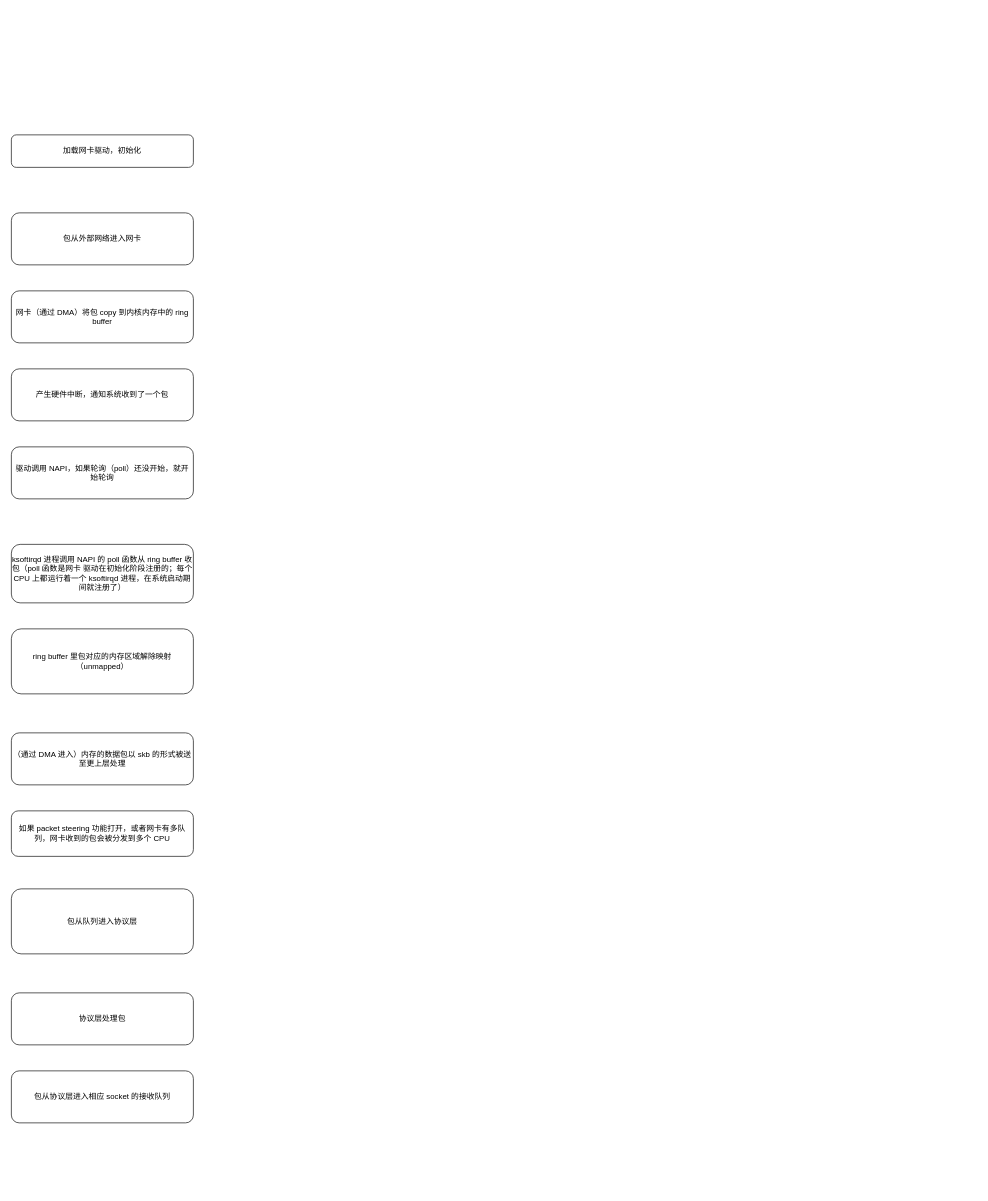
Above: network_rx.drawio in bjqhfd/draw (draw.io), before the change. Source tidied: cells renumbered, new cells numbered last; positions are measured from the earlier drawing's top-left corner, leaving out a move shared by most shapes. Both pictures are drawn from the tidied source at 65%, with x=0, y=0 at pixel (11, 135).
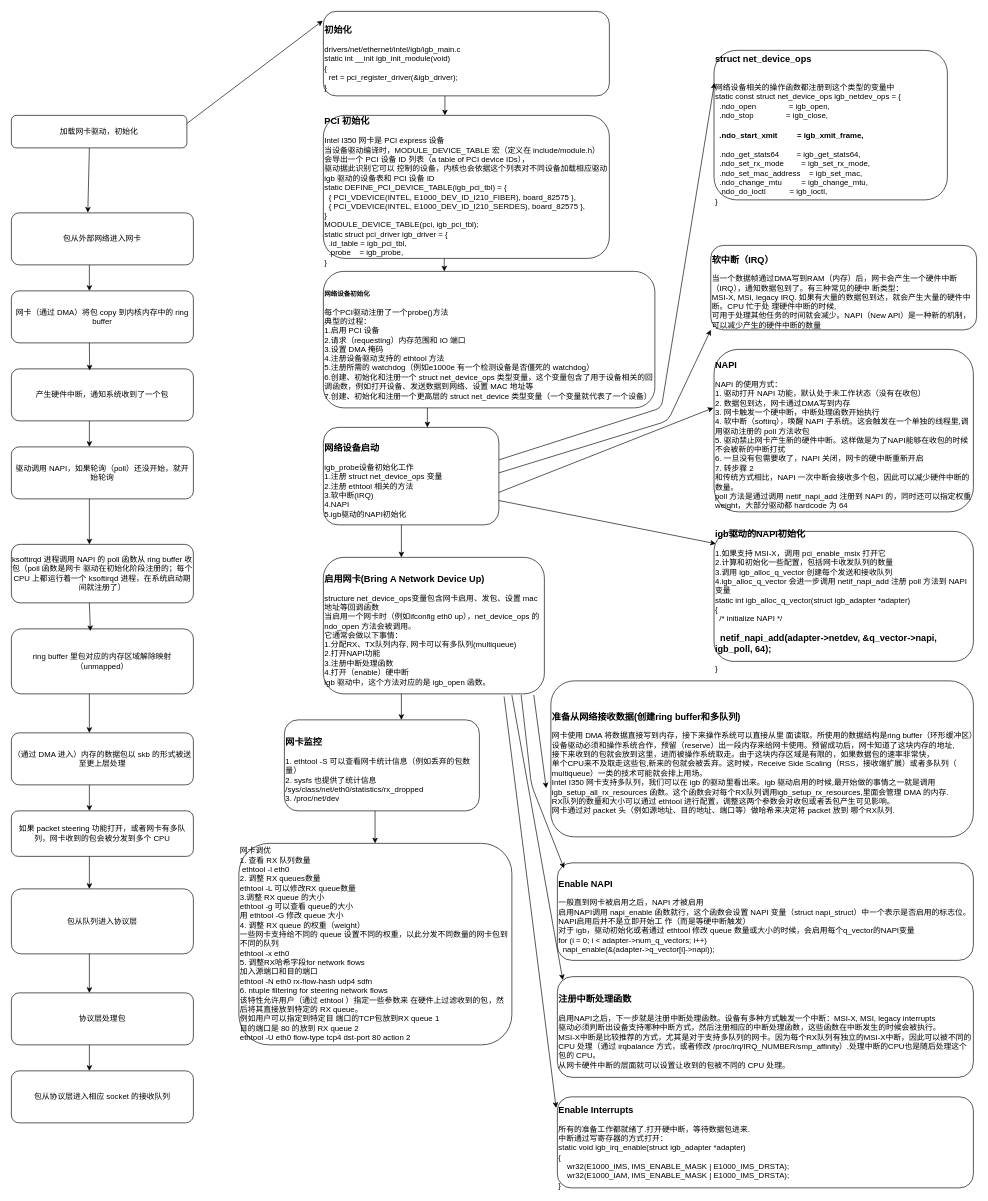
The same diagram, later.

Unchanged cells that the change refers to:
```xml
<mxCell id="2" value="包从外部网络进入网卡" style="rounded=1;whiteSpace=wrap;html=1;" parent="1" vertex="1">
  <mxGeometry y="120" width="280" height="80" as="geometry" />
</mxCell>
<mxCell id="5" value="产生硬件中断，通知系统收到了一个包" style="rounded=1;whiteSpace=wrap;html=1;" parent="1" vertex="1">
  <mxGeometry y="360" width="280" height="80" as="geometry" />
</mxCell>
<mxCell id="8" value="ring buffer 里包对应的内存区域解除映射（unmapped）" style="rounded=1;whiteSpace=wrap;html=1;" parent="1" vertex="1">
  <mxGeometry y="760" width="280" height="100" as="geometry" />
</mxCell>
```

Diff of the diagram source:
```diff
@@
     <mxCell id="4" value="加载网卡驱动，初始化" style="rounded=1;whiteSpace=wrap;html=1;" parent="1" vertex="1">
-      <mxGeometry width="280" height="50" as="geometry" />
+      <mxGeometry y="-30" width="270" height="50" as="geometry" />
     </mxCell>
@@
+    <mxCell id="14" value="&lt;h3&gt;初始化&lt;/h3&gt;&lt;div&gt;drivers/net/ethernet/intel/igb/igb_main.c&lt;/div&gt;&lt;div&gt;static int __init igb_init_module(void)&lt;/div&gt;&lt;div&gt;{&lt;/div&gt;&lt;div&gt;&amp;nbsp; ret = pci_register_driver(&amp;amp;igb_driver);&lt;/div&gt;&lt;div&gt;}&lt;/div&gt;" style="rounded=1;whiteSpace=wrap;html=1;align=left;" parent="1" vertex="1">
+      <mxGeometry x="480" y="-190" width="440" height="130" as="geometry" />
+    </mxCell>
+    <mxCell id="15" value="&lt;h3&gt;PCI 初始化&lt;/h3&gt;&lt;div&gt;Intel I350 网卡是 PCI express 设备&lt;/div&gt;&lt;div&gt;当设备驱动编译时，MODULE_DEVICE_TABLE 宏（定义在 include/module.h）&amp;nbsp;&lt;/div&gt;&lt;div&gt;会导出一个 PCI 设备 ID 列表（a table of PCI device IDs），&lt;/div&gt;&lt;div&gt;驱动据此识别它可以 控制的设备，内核也会依据这个列表对不同设备加载相应驱动&lt;/div&gt;&lt;div&gt;igb 驱动的设备表和 PCI 设备 ID&lt;/div&gt;&lt;div&gt;static DEFINE_PCI_DEVICE_TABLE(igb_pci_tbl) = {&lt;/div&gt;&lt;div&gt;&amp;nbsp; { PCI_VDEVICE(INTEL, E1000_DEV_ID_I210_FIBER), board_82575 },&lt;/div&gt;&lt;div&gt;&amp;nbsp; { PCI_VDEVICE(INTEL, E1000_DEV_ID_I210_SERDES), board_82575 },&lt;/div&gt;&lt;div&gt;}&lt;/div&gt;&lt;div&gt;MODULE_DEVICE_TABLE(pci, igb_pci_tbl);&lt;/div&gt;&lt;div&gt;static struct pci_driver igb_driver = {&lt;/div&gt;&lt;div&gt;&amp;nbsp; .id_table = igb_pci_tbl,&lt;/div&gt;&lt;div&gt;&amp;nbsp; .probe&amp;nbsp; &amp;nbsp; = igb_probe,&lt;/div&gt;&lt;div&gt;}&lt;/div&gt;" style="rounded=1;whiteSpace=wrap;html=1;align=left;" parent="1" vertex="1">
+      <mxGeometry x="480" y="-30" width="440" height="220" as="geometry" />
+    </mxCell>
+    <mxCell id="16" value="&lt;h3&gt;&lt;font style=&quot;font-size: 10px&quot;&gt;网络设备初始化&lt;/font&gt;&lt;/h3&gt;&lt;div&gt;每个PCI驱动注册了一个probe()方法&lt;/div&gt;&lt;div&gt;典型的过程：&lt;/div&gt;&lt;div&gt;1.启用 PCI 设备&lt;/div&gt;&lt;div&gt;2.请求（requesting）内存范围和 IO 端口&lt;/div&gt;&lt;div&gt;3.设置 DMA 掩码&lt;/div&gt;&lt;div&gt;4.注册设备驱动支持的 ethtool 方法&lt;/div&gt;&lt;div&gt;5.注册所需的 watchdog（例如e1000e 有一个检测设备是否僵死的 watchdog）&lt;/div&gt;&lt;div&gt;6.创建、初始化和注册一个 struct net_device_ops 类型变量，这个变量包含了用于设备相关的回调函数，&lt;span&gt;例如打开设备、发送数据到网络、设置 MAC 地址等&lt;/span&gt;&lt;/div&gt;&lt;div&gt;7.创建、初始化和注册一个更高层的 struct net_device 类型变量（一个变量就代表了一个设备）&lt;/div&gt;" style="rounded=1;whiteSpace=wrap;html=1;align=left;" parent="1" vertex="1">
+      <mxGeometry x="480" y="210" width="510" height="210" as="geometry" />
+    </mxCell>
+    <mxCell id="17" value="&lt;h3&gt;网络设备启动&lt;/h3&gt;&lt;div&gt;igb_probe设备初始化工作&lt;/div&gt;&lt;div&gt;1.注册 struct net_device_ops 变量&lt;/div&gt;&lt;div&gt;2.注册 ethtool 相关的方法&lt;/div&gt;&lt;div&gt;3.软中断(IRQ)&lt;/div&gt;&lt;div&gt;4.NAPI&lt;/div&gt;&lt;div&gt;5.&lt;span&gt;igb驱动的NAPI初始化&lt;/span&gt;&lt;/div&gt;" style="rounded=1;whiteSpace=wrap;html=1;align=left;" parent="1" vertex="1">
+      <mxGeometry x="480" y="450" width="270" height="150" as="geometry" />
+    </mxCell>
+    <mxCell id="18" value="&lt;h3&gt;struct net_device_ops&lt;/h3&gt;&lt;div&gt;&lt;br&gt;&lt;/div&gt;&lt;div&gt;网络设备相关的操作函数都注册到这个类型的变量中&lt;/div&gt;&lt;div&gt;static const struct net_device_ops igb_netdev_ops = {&lt;/div&gt;&lt;div&gt;&amp;nbsp; .ndo_open&amp;nbsp; &amp;nbsp; &amp;nbsp; &amp;nbsp; &amp;nbsp; &amp;nbsp; &amp;nbsp; &amp;nbsp;= igb_open,&lt;/div&gt;&lt;div&gt;&amp;nbsp; .ndo_stop&amp;nbsp; &amp;nbsp; &amp;nbsp; &amp;nbsp; &amp;nbsp; &amp;nbsp; &amp;nbsp; &amp;nbsp;= igb_close,&lt;/div&gt;&lt;h4&gt;&amp;nbsp; .ndo_start_xmit&amp;nbsp; &amp;nbsp; &amp;nbsp; &amp;nbsp; &amp;nbsp;= igb_xmit_frame,&lt;/h4&gt;&lt;div&gt;&amp;nbsp; .ndo_get_stats64&amp;nbsp; &amp;nbsp; &amp;nbsp; &amp;nbsp; = igb_get_stats64,&lt;/div&gt;&lt;div&gt;&amp;nbsp; .ndo_set_rx_mode&amp;nbsp; &amp;nbsp; &amp;nbsp; &amp;nbsp; = igb_set_rx_mode,&lt;/div&gt;&lt;div&gt;&amp;nbsp; .ndo_set_mac_address&amp;nbsp; &amp;nbsp; = igb_set_mac,&lt;/div&gt;&lt;div&gt;&amp;nbsp; .ndo_change_mtu&amp;nbsp; &amp;nbsp; &amp;nbsp; &amp;nbsp; &amp;nbsp;= igb_change_mtu,&lt;/div&gt;&lt;div&gt;&amp;nbsp; .ndo_do_ioctl&amp;nbsp; &amp;nbsp; &amp;nbsp; &amp;nbsp; &amp;nbsp; &amp;nbsp;= igb_ioctl,&lt;/div&gt;&lt;div&gt;}&lt;/div&gt;" style="rounded=1;whiteSpace=wrap;html=1;align=left;" parent="1" vertex="1">
+      <mxGeometry x="1081" y="-130" width="359" height="230" as="geometry" />
+    </mxCell>
+    <mxCell id="19" style="endArrow=classic;html=1;entryX=0.002;entryY=0.217;entryDx=0;entryDy=0;entryPerimeter=0;" parent="1" edge="1" target="18">
+      <mxGeometry relative="1" as="geometry">
+        <mxPoint x="750" y="500" as="sourcePoint" />
+        <Array as="points">
+          <mxPoint x="1000" y="420" />
+        </Array>
+      </mxGeometry>
+    </mxCell>
+    <mxCell id="20" value="&lt;h3&gt;软中断（IRQ）&lt;/h3&gt;&lt;div&gt;当一个数据帧通过DMA写到RAM（内存）后，网卡会产生一个硬件中断（IRQ），通知数据包到了。有三种常见的硬中 断类型：&lt;/div&gt;&lt;div&gt;MSI-X, MSI, legacy IRQ. 如果有大量的数据包到达，就会产生大量的硬件中断。CPU 忙于处 理硬件中断的时候,&amp;nbsp;&lt;/div&gt;&lt;div&gt;可用于处理其他任务的时间就会减少。NAPI（New API）是一种新的机制，可以减少产生的硬件中断的数量&lt;/div&gt;" style="rounded=1;whiteSpace=wrap;html=1;align=left;" parent="1" vertex="1">
+      <mxGeometry x="1076" y="170" width="409" height="130" as="geometry" />
+    </mxCell>
+    <mxCell id="21" value="&lt;h3&gt;NAPI&lt;/h3&gt;&lt;div&gt;NAPI 的使用方式：&lt;/div&gt;&lt;div&gt;1. 驱动打开 NAPI 功能，默认处于未工作状态（没有在收包）&lt;/div&gt;&lt;div&gt;2. 数据包到达，网卡通过DMA写到内存&lt;/div&gt;&lt;div&gt;3. 网卡触发一个硬中断，中断处理函数开始执行&lt;/div&gt;&lt;div&gt;4. 软中断（softirq），唤醒 NAPI 子系统。这会触发在一个单独的线程里,调用驱动注册的 poll 方法收包&lt;/div&gt;&lt;div&gt;5. 驱动禁止网卡产生新的硬件中断。这样做是为了NAPI能够在收包的时候不会被新的中断打扰&lt;/div&gt;&lt;div&gt;6. 一旦没有包需要收了，NAPI 关闭，网卡的硬中断重新开启&lt;/div&gt;&lt;div&gt;7. 转步骤 2&lt;/div&gt;&lt;div&gt;和传统方式相比，NAPI 一次中断会接收多个包，因此可以减少硬件中断的数量。&lt;/div&gt;&lt;div&gt;poll 方法是通过调用 netif_napi_add 注册到 NAPI 的，同时还可以指定权重 weight，大部分驱动都 hardcode 为 64&lt;/div&gt;" style="rounded=1;whiteSpace=wrap;html=1;align=left;" parent="1" vertex="1">
+      <mxGeometry x="1081" y="330" width="399" height="250" as="geometry" />
+    </mxCell>
+    <mxCell id="22" value="&lt;h3&gt;igb驱动的NAPI初始化&lt;/h3&gt;&lt;div&gt;1.如果支持 MSI-X，调用 pci_enable_msix 打开它&lt;/div&gt;&lt;div&gt;2.计算和初始化一些配置，包括网卡收发队列的数量&lt;/div&gt;&lt;div&gt;3.调用 igb_alloc_q_vector 创建每个发送和接收队列&lt;/div&gt;&lt;div&gt;4.igb_alloc_q_vector 会进一步调用 netif_napi_add 注册 poll 方法到 NAPI 变量&lt;/div&gt;&lt;div&gt;&lt;div&gt;static int igb_alloc_q_vector(struct igb_adapter *adapter)&lt;/div&gt;&lt;div&gt;{&lt;/div&gt;&lt;div&gt;&amp;nbsp; /* initialize NAPI */&lt;/div&gt;&lt;h3&gt;&amp;nbsp; netif_napi_add(adapter-&amp;gt;netdev, &amp;amp;q_vector-&amp;gt;napi, igb_poll, 64);&lt;/h3&gt;&lt;div&gt;}&lt;/div&gt;&lt;/div&gt;" style="rounded=1;whiteSpace=wrap;html=1;align=left;" parent="1" vertex="1">
+      <mxGeometry x="1081" y="610" width="399" height="200" as="geometry" />
+    </mxCell>
+    <mxCell id="23" style="endArrow=classic;html=1;entryX=0;entryY=1;entryDx=0;entryDy=0;" parent="1" edge="1" target="20">
+      <mxGeometry relative="1" as="geometry">
+        <mxPoint x="750" y="520" as="sourcePoint" />
+        <Array as="points">
+          <mxPoint x="1010" y="440" />
+        </Array>
+      </mxGeometry>
+    </mxCell>
+    <mxCell id="24" style="endArrow=classic;html=1;" parent="1" edge="1">
+      <mxGeometry relative="1" as="geometry">
+        <mxPoint x="750" y="550" as="sourcePoint" />
+        <mxPoint x="1080" y="420" as="targetPoint" />
+      </mxGeometry>
+    </mxCell>
+    <mxCell id="25" style="endArrow=classic;html=1;entryX=0.007;entryY=0.095;entryDx=0;entryDy=0;entryPerimeter=0;exitX=1;exitY=0.75;exitDx=0;exitDy=0;" parent="1" edge="1" source="17" target="22">
+      <mxGeometry relative="1" as="geometry" />
+    </mxCell>
+    <mxCell id="26" value="&lt;h3&gt;启用网卡(Bring A Network Device Up)&lt;/h3&gt;&lt;div&gt;structure net_device_ops变量包含网卡启用、发包、设置 mac 地址等回调函数&lt;/div&gt;&lt;div&gt;当启用一个网卡时（例如ifconfig eth0 up），net_device_ops 的 ndo_open 方法会被调用。&lt;/div&gt;&lt;div&gt;它通常会做以下事情：&lt;/div&gt;&lt;div&gt;1.分配RX、TX队列内存, 网卡可以有多队列(multiqueue)&lt;/div&gt;&lt;div&gt;2.打开NAPI功能&lt;/div&gt;&lt;div&gt;3.注册中断处理函数&lt;/div&gt;&lt;div&gt;4.打开（enable）硬中断&lt;/div&gt;&lt;div&gt;igb 驱动中，这个方法对应的是 igb_open 函数。&lt;/div&gt;" style="rounded=1;whiteSpace=wrap;html=1;align=left;" parent="1" vertex="1">
+      <mxGeometry x="480" y="650" width="340" height="210" as="geometry" />
+    </mxCell>
+    <mxCell id="27" value="&lt;h3&gt;准备从网络接收数据(创建ring buffer和多队列)&lt;/h3&gt;&lt;div&gt;网卡使用 DMA 将数据直接写到内存，接下来操作系统可以直接从里 面读取。所使用的数据结构是ring buffer（环形缓冲区）&lt;/div&gt;&lt;div&gt;设备驱动必须和操作系统合作，预留（reserve）出一段内存来给网卡使用。预留成功后，网卡知道了这块内存的地址,&lt;/div&gt;&lt;div&gt;接下来收到的包就会放到这里，进而被操作系统取走。由于这块内存区域是有限的，如果数据包的速率非常快，&lt;/div&gt;&lt;div&gt;单个CPU来不及取走这些包,新来的包就会被丢弃。这时候，Receive Side Scaling（RSS，接收端扩展）或者多队列（ multiqueue）一类的技术可能就会排上用场。&lt;/div&gt;&lt;div&gt;Intel I350 网卡支持多队列，我们可以在 igb 的驱动里看出来。igb 驱动启用的时候,最开始做的事情之一就是调用igb_setup_all_rx_resources 函数。这个函数会对每个RX队列调用igb_setup_rx_resources,里面会管理 DMA 的内存.&lt;/div&gt;&lt;div&gt;RX队列的数量和大小可以通过 ethtool 进行配置，调整这两个参数会对收包或者丢包产生可见影响。&lt;/div&gt;&lt;div&gt;网卡通过对 packet 头（例如源地址、目的地址、端口等）做哈希来决定将 packet 放到 哪个RX队列.&lt;/div&gt;" style="rounded=1;whiteSpace=wrap;html=1;align=left;" parent="1" vertex="1">
+      <mxGeometry x="830" y="840" width="650" height="240" as="geometry" />
+    </mxCell>
+    <mxCell id="28" value="&lt;h3&gt;Enable NAPI&lt;/h3&gt;&lt;div&gt;一般直到网卡被启用之后，NAPI 才被启用&lt;/div&gt;&lt;div&gt;启用NAPI调用 napi_enable 函数就行，这个函数会设置 NAPI 变量（struct napi_struct）中一个表示是否启用的标志位。&lt;/div&gt;&lt;div&gt;NAPI启用后并不是立即开始工 作（而是等硬中断触发）&lt;/div&gt;&lt;div&gt;对于 igb，驱动初始化或者通过 ethtool 修改 queue 数量或大小的时候，会启用每个q_vector的NAPI变量&lt;/div&gt;&lt;div&gt;for (i = 0; i &amp;lt; adapter-&amp;gt;num_q_vectors; i++)&lt;/div&gt;&lt;div&gt;&amp;nbsp; napi_enable(&amp;amp;(adapter-&amp;gt;q_vector[i]-&amp;gt;napi));&lt;/div&gt;" style="rounded=1;whiteSpace=wrap;html=1;align=left;" parent="1" vertex="1">
+      <mxGeometry x="840" y="1120" width="640" height="150" as="geometry" />
+    </mxCell>
+    <mxCell id="29" value="&lt;h3&gt;注册中断处理函数&lt;/h3&gt;&lt;div&gt;启用NAPI之后，下一步就是注册中断处理函数。设备有多种方式触发一个中断：MSI-X, MSI, legacy interrupts&lt;/div&gt;&lt;div&gt;驱动必须判断出设备支持哪种中断方式，然后注册相应的中断处理函数，这些函数在中断发生的时候会被执行。&lt;/div&gt;&lt;div&gt;MSI-X中断是比较推荐的方式，尤其是对于支持多队列的网卡。因为每个RX队列有独立的MSI-X中断，因此可以被不同的 CPU 处理（通过 irqbalance 方式，或者修改 /proc/irq/IRQ_NUMBER/smp_affinity）.处理中断的CPU也是随后处理这个包的 CPU。&lt;/div&gt;&lt;div&gt;从网卡硬件中断的层面就可以设置让收到的包被不同的 CPU 处理。&lt;/div&gt;" style="rounded=1;whiteSpace=wrap;html=1;align=left;" parent="1" vertex="1">
+      <mxGeometry x="840" y="1295" width="640" height="155" as="geometry" />
+    </mxCell>
+    <mxCell id="30" style="endArrow=classic;html=1;entryX=-0.011;entryY=0.688;entryDx=0;entryDy=0;entryPerimeter=0;exitX=0.952;exitY=1.008;exitDx=0;exitDy=0;exitPerimeter=0;" parent="1" edge="1" source="26" target="27">
+      <mxGeometry relative="1" as="geometry" />
+    </mxCell>
+    <mxCell id="31" style="endArrow=classic;html=1;entryX=0.016;entryY=0.056;entryDx=0;entryDy=0;entryPerimeter=0;exitX=0.895;exitY=1.008;exitDx=0;exitDy=0;exitPerimeter=0;" parent="1" edge="1" source="26" target="28">
+      <mxGeometry relative="1" as="geometry">
+        <Array as="points">
+          <mxPoint x="800" y="1000" />
+        </Array>
+      </mxGeometry>
+    </mxCell>
+    <mxCell id="32" style="endArrow=classic;html=1;entryX=0.013;entryY=0.034;entryDx=0;entryDy=0;entryPerimeter=0;" parent="1" edge="1" target="29">
+      <mxGeometry relative="1" as="geometry">
+        <mxPoint x="770" y="862" as="sourcePoint" />
+      </mxGeometry>
+    </mxCell>
+    <mxCell id="33" value="&lt;h3&gt;Enable Interrupts&lt;/h3&gt;&lt;div&gt;所有的准备工作都就绪了.打开硬中断，等待数据包进来.&lt;/div&gt;&lt;div&gt;中断通过写寄存器的方式打开：&lt;/div&gt;&lt;div&gt;static void igb_irq_enable(struct igb_adapter *adapter)&lt;/div&gt;&lt;div&gt;{&lt;/div&gt;&lt;div&gt;&amp;nbsp; &amp;nbsp; wr32(E1000_IMS, IMS_ENABLE_MASK | E1000_IMS_DRSTA);&lt;/div&gt;&lt;div&gt;&amp;nbsp; &amp;nbsp; wr32(E1000_IAM, IMS_ENABLE_MASK | E1000_IMS_DRSTA);&lt;/div&gt;&lt;div&gt;}&lt;/div&gt;" style="rounded=1;whiteSpace=wrap;html=1;align=left;" parent="1" vertex="1">
+      <mxGeometry x="840" y="1480" width="640" height="140" as="geometry" />
+    </mxCell>
+    <mxCell id="34" style="endArrow=classic;html=1;entryX=-0.003;entryY=0.121;entryDx=0;entryDy=0;entryPerimeter=0;" parent="1" edge="1" target="33">
+      <mxGeometry relative="1" as="geometry">
+        <mxPoint x="758" y="864" as="sourcePoint" />
+      </mxGeometry>
+    </mxCell>
+    <mxCell id="35" value="&lt;h3&gt;网卡监控&lt;/h3&gt;&lt;div&gt;1. ethtool -S 可以查看网卡统计信息（例如丢弃的包数量）&lt;/div&gt;&lt;div&gt;2. sysfs 也提供了统计信息&lt;/div&gt;&lt;div&gt;/sys/class/net/eth0/statistics/rx_dropped&lt;/div&gt;&lt;div&gt;3. /proc/net/dev&lt;/div&gt;" style="rounded=1;whiteSpace=wrap;html=1;align=left;" parent="1" vertex="1">
+      <mxGeometry x="420" y="900" width="300" height="140" as="geometry" />
+    </mxCell>
+    <mxCell id="36" value="&lt;div&gt;网卡调优&lt;/div&gt;&lt;div&gt;1. 查看 RX 队列数量&lt;/div&gt;&lt;div&gt;&amp;nbsp;ethtool -l eth0&lt;/div&gt;&lt;div&gt;2. 调整 RX queues数量&lt;/div&gt;&lt;div&gt;ethtool -L 可以修改RX queue数量&lt;/div&gt;&lt;div&gt;3.调整 RX queue 的大小&lt;/div&gt;&lt;div&gt;ethtool -g 可以查看 queue的大小&lt;/div&gt;&lt;div&gt;用 ethtool -G 修改 queue 大小&lt;/div&gt;&lt;div&gt;4. 调整 RX queue 的权重（weight）&lt;/div&gt;&lt;div&gt;一些网卡支持给不同的 queue 设置不同的权重，以此分发不同数量的网卡包到不同的队列&lt;/div&gt;&lt;div&gt;ethtool -x eth0&lt;/div&gt;&lt;div&gt;5. 调整RX哈希字段for network flows&lt;/div&gt;&lt;div&gt;加入源端口和目的端口&lt;/div&gt;&lt;div&gt;ethtool -N eth0 rx-flow-hash udp4 sdfn&lt;/div&gt;&lt;div&gt;6. ntuple filtering for steering network flows&lt;/div&gt;&lt;div&gt;该特性允许用户（通过 ethtool ）指定一些参数来 在硬件上过滤收到的包，然后将其直接放到特定的 RX queue。&lt;/div&gt;&lt;div&gt;例如用户可以指定到特定目 端口的TCP包放到RX queue 1&lt;/div&gt;&lt;div&gt;目的端口是 80 的放到 RX queue 2&lt;/div&gt;&lt;div&gt;ethtool -U eth0 flow-type tcp4 dst-port 80 action 2&lt;/div&gt;" style="rounded=1;whiteSpace=wrap;html=1;align=left;" parent="1" vertex="1">
+      <mxGeometry x="350" y="1090" width="420" height="310" as="geometry" />
+    </mxCell>
+    <mxCell id="37" style="endArrow=classic;html=1;entryX=-0.002;entryY=0.11;entryDx=0;entryDy=0;entryPerimeter=0;exitX=1;exitY=0.25;exitDx=0;exitDy=0;" parent="1" edge="1" source="4" target="14">
+      <mxGeometry relative="1" as="geometry" />
+    </mxCell>
+    <mxCell id="38" style="endArrow=classic;html=1;" parent="1" edge="1">
+      <mxGeometry relative="1" as="geometry">
+        <mxPoint x="667" y="-60" as="sourcePoint" />
+        <mxPoint x="667" y="-30" as="targetPoint" />
+      </mxGeometry>
+    </mxCell>
+    <mxCell id="39" style="endArrow=classic;html=1;" parent="1" edge="1">
+      <mxGeometry relative="1" as="geometry">
+        <mxPoint x="666" y="190" as="sourcePoint" />
+        <mxPoint x="666" y="210" as="targetPoint" />
+        <Array as="points">
+          <mxPoint x="666" y="200" />
+        </Array>
+      </mxGeometry>
+    </mxCell>
+    <mxCell id="40" style="endArrow=classic;html=1;" parent="1" edge="1">
+      <mxGeometry relative="1" as="geometry">
+        <mxPoint x="640" y="420" as="sourcePoint" />
+        <mxPoint x="640" y="450" as="targetPoint" />
+      </mxGeometry>
+    </mxCell>
+    <mxCell id="41" style="endArrow=classic;html=1;" parent="1" edge="1">
+      <mxGeometry relative="1" as="geometry">
+        <mxPoint x="600" y="600" as="sourcePoint" />
+        <mxPoint x="600" y="650" as="targetPoint" />
+      </mxGeometry>
+    </mxCell>
+    <mxCell id="42" style="endArrow=classic;html=1;" parent="1" edge="1">
+      <mxGeometry relative="1" as="geometry">
+        <mxPoint x="600" y="860" as="sourcePoint" />
+        <mxPoint x="600" y="900" as="targetPoint" />
+      </mxGeometry>
+    </mxCell>
+    <mxCell id="43" style="endArrow=classic;html=1;" parent="1" edge="1">
+      <mxGeometry relative="1" as="geometry">
+        <mxPoint x="559.5" y="1040" as="sourcePoint" />
+        <mxPoint x="559.5" y="1090" as="targetPoint" />
+      </mxGeometry>
+    </mxCell>
+    <mxCell id="44" style="endArrow=classic;html=1;entryX=0.42;entryY=-0.005;entryDx=0;entryDy=0;entryPerimeter=0;" parent="1" edge="1" target="2">
+      <mxGeometry relative="1" as="geometry">
+        <mxPoint x="120" y="20" as="sourcePoint" />
+      </mxGeometry>
+    </mxCell>
+    <mxCell id="45" style="endArrow=classic;html=1;" parent="1" edge="1">
+      <mxGeometry relative="1" as="geometry">
+        <mxPoint x="120" y="200" as="sourcePoint" />
+        <mxPoint x="120" y="240" as="targetPoint" />
+      </mxGeometry>
+    </mxCell>
+    <mxCell id="46" style="endArrow=classic;html=1;entryX=0.43;entryY=0.031;entryDx=0;entryDy=0;entryPerimeter=0;" parent="1" edge="1" target="5">
+      <mxGeometry relative="1" as="geometry">
+        <mxPoint x="120" y="320" as="sourcePoint" />
+      </mxGeometry>
+    </mxCell>
+    <mxCell id="47" style="endArrow=classic;html=1;" parent="1" edge="1">
+      <mxGeometry relative="1" as="geometry">
+        <mxPoint x="120" y="440" as="sourcePoint" />
+        <mxPoint x="120" y="480" as="targetPoint" />
+      </mxGeometry>
+    </mxCell>
+    <mxCell id="48" style="endArrow=classic;html=1;" parent="1" edge="1">
+      <mxGeometry relative="1" as="geometry">
+        <mxPoint x="120" y="560" as="sourcePoint" />
+        <mxPoint x="120" y="630" as="targetPoint" />
+      </mxGeometry>
+    </mxCell>
+    <mxCell id="49" style="endArrow=classic;html=1;" parent="1" edge="1">
+      <mxGeometry relative="1" as="geometry">
+        <mxPoint x="120" y="860" as="sourcePoint" />
+        <mxPoint x="120" y="920" as="targetPoint" />
+      </mxGeometry>
+    </mxCell>
+    <mxCell id="50" style="endArrow=classic;html=1;entryX=0.434;entryY=0.034;entryDx=0;entryDy=0;entryPerimeter=0;" parent="1" edge="1" target="8">
+      <mxGeometry relative="1" as="geometry">
+        <mxPoint x="120" y="720" as="sourcePoint" />
+      </mxGeometry>
+    </mxCell>
+    <mxCell id="51" style="endArrow=classic;html=1;" parent="1" edge="1">
+      <mxGeometry relative="1" as="geometry">
+        <mxPoint x="120" y="1110" as="sourcePoint" />
+        <mxPoint x="120" y="1160" as="targetPoint" />
+      </mxGeometry>
+    </mxCell>
+    <mxCell id="52" style="endArrow=classic;html=1;" parent="1" edge="1">
+      <mxGeometry relative="1" as="geometry">
+        <mxPoint x="120" y="1000" as="sourcePoint" />
+        <mxPoint x="120" y="1040" as="targetPoint" />
+      </mxGeometry>
+    </mxCell>
+    <mxCell id="53" style="endArrow=classic;html=1;" parent="1" edge="1">
+      <mxGeometry relative="1" as="geometry">
+        <mxPoint x="120" y="1260" as="sourcePoint" />
+        <mxPoint x="120" y="1320" as="targetPoint" />
+      </mxGeometry>
+    </mxCell>
+    <mxCell id="54" style="endArrow=classic;html=1;" parent="1" edge="1">
+      <mxGeometry relative="1" as="geometry">
+        <mxPoint x="120" y="1400" as="sourcePoint" />
+        <mxPoint x="120" y="1440" as="targetPoint" />
+      </mxGeometry>
+    </mxCell>
```
